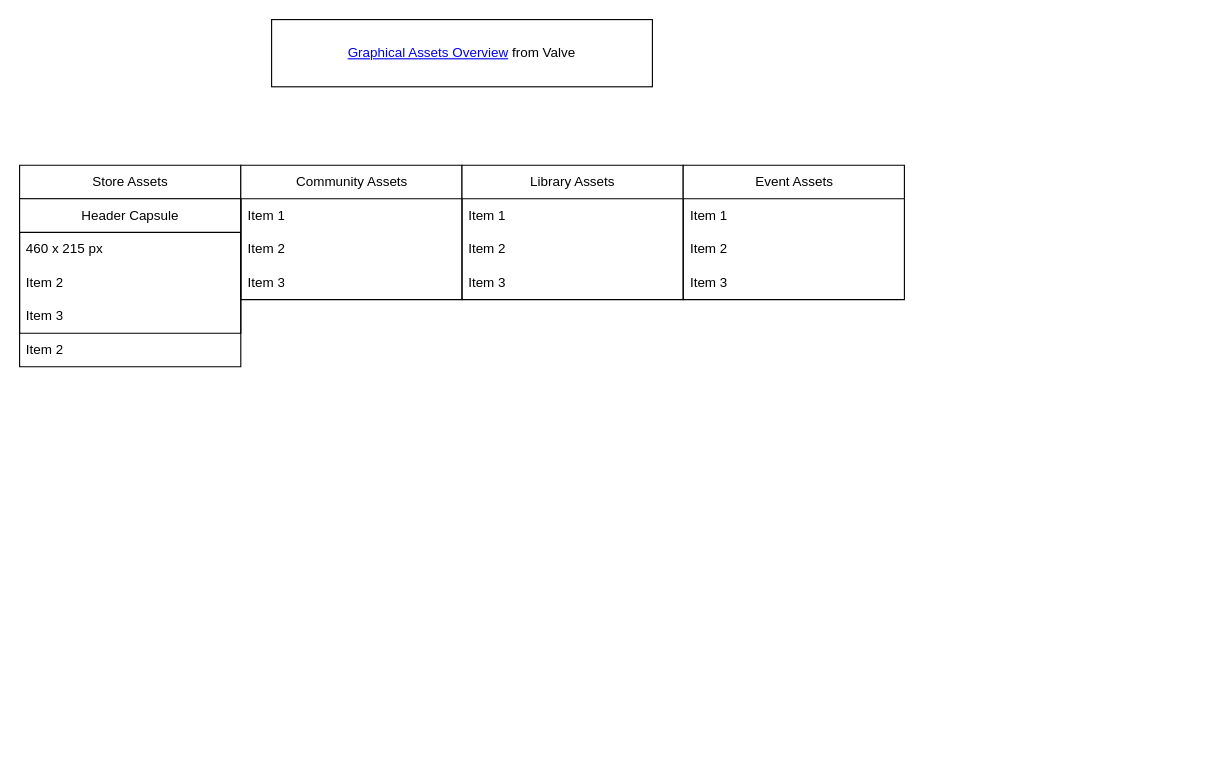
Before: page "Store Assets Checklist" (2 of 2) of Checklist for Steam Verification.drawio in TheDoorworlds/DrawIO-Charts, a draw.io diagram. Source tidied: cells renumbered, new cells numbered last; positions are measured from the earlier drawing's top-left corner, leaving out a move shared by most shapes. Both pictures are drawn from the tidied source at 112%, with x=0, y=0 at pixel (19, 19).
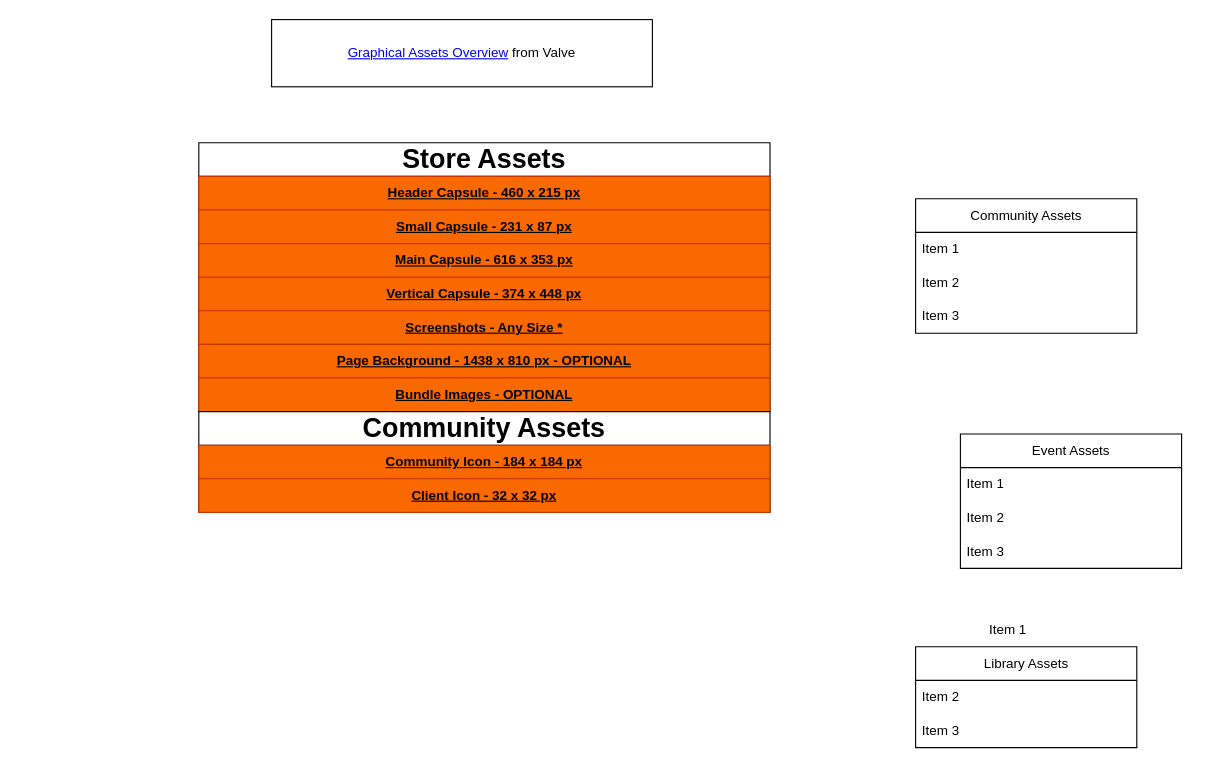
The same page after the edit.

What changed in the source:
```diff
@@
-    <mxCell id="3" value="Store Assets" style="swimlane;fontStyle=0;horizontal=1;startSize=30;whiteSpace=wrap;html=1;" parent="1" vertex="1">
-      <mxGeometry y="130" width="197.5" height="180" as="geometry" />
+    <mxCell id="3" value="&lt;b&gt;&lt;font style=&quot;font-size: 24px;&quot;&gt;Store Assets&lt;/font&gt;&lt;/b&gt;" style="swimlane;fontStyle=0;horizontal=1;startSize=30;whiteSpace=wrap;html=1;" parent="1" vertex="1">
+      <mxGeometry x="160" y="110" width="510" height="240" as="geometry" />
     </mxCell>
-    <mxCell id="4" value="Header Capsule" style="swimlane;fontStyle=0;horizontal=1;startSize=30;whiteSpace=wrap;html=1;" parent="3" vertex="1">
-      <mxGeometry y="30" width="197.5" height="120" as="geometry" />
+    <mxCell id="4" value="Header Capsule - 460 x 215 px" style="swimlane;fontStyle=5;horizontal=1;startSize=30;whiteSpace=wrap;html=1;fillColor=#fa6800;strokeColor=#C73500;fontColor=#000000;" parent="3" vertex="1" collapsed="1">
+      <mxGeometry y="30" width="510" height="30" as="geometry" />
     </mxCell>
-    <mxCell id="5" value="460 x 215 px" style="text;strokeColor=none;fillColor=none;align=left;verticalAlign=middle;spacingLeft=4;spacingRight=4;overflow=hidden;whiteSpace=wrap;html=1;" parent="4" vertex="1">
-      <mxGeometry y="30" width="197.5" height="30" as="geometry" />
-    </mxCell>
-    <mxCell id="6" value="Item 2" style="text;strokeColor=none;fillColor=none;align=left;verticalAlign=middle;spacingLeft=4;spacingRight=4;overflow=hidden;whiteSpace=wrap;html=1;" parent="4" vertex="1">
-      <mxGeometry y="60" width="197.5" height="30" as="geometry" />
-    </mxCell>
-    <mxCell id="7" value="Item 3" style="text;strokeColor=none;fillColor=none;align=left;verticalAlign=middle;spacingLeft=4;spacingRight=4;overflow=hidden;whiteSpace=wrap;html=1;" parent="4" vertex="1">
-      <mxGeometry y="90" width="197.5" height="30" as="geometry" />
-    </mxCell>
-    <mxCell id="8" value="Item 2" style="text;strokeColor=none;fillColor=none;align=left;verticalAlign=middle;spacingLeft=4;spacingRight=4;overflow=hidden;whiteSpace=wrap;html=1;" parent="3" vertex="1">
-      <mxGeometry y="150" width="197.5" height="30" as="geometry" />
-    </mxCell>
+    <mxCell id="21" value="Small Capsule - 231 x 87 px" style="swimlane;fontStyle=5;horizontal=1;startSize=30;whiteSpace=wrap;html=1;fillColor=#fa6800;strokeColor=#C73500;fontColor=#000000;" parent="3" vertex="1" collapsed="1">
+      <mxGeometry y="60" width="510" height="30" as="geometry" />
+    </mxCell>
+    <mxCell id="22" value="Main Capsule - 616 x 353 px" style="swimlane;fontStyle=5;horizontal=1;startSize=30;whiteSpace=wrap;html=1;fillColor=#fa6800;strokeColor=#C73500;fontColor=#000000;" parent="3" vertex="1" collapsed="1">
+      <mxGeometry y="90" width="510" height="30" as="geometry" />
+    </mxCell>
+    <mxCell id="23" value="Vertical Capsule - 374 x 448 px" style="swimlane;fontStyle=5;horizontal=1;startSize=30;whiteSpace=wrap;html=1;fillColor=#fa6800;strokeColor=#C73500;fontColor=#000000;" parent="3" vertex="1" collapsed="1">
+      <mxGeometry y="120" width="510" height="30" as="geometry" />
+    </mxCell>
+    <mxCell id="24" value="Screenshots - Any Size *" style="swimlane;fontStyle=5;horizontal=1;startSize=30;whiteSpace=wrap;html=1;fillColor=#fa6800;strokeColor=#C73500;fontColor=#000000;" parent="3" vertex="1" collapsed="1">
+      <mxGeometry y="150" width="510" height="30" as="geometry" />
+    </mxCell>
+    <mxCell id="25" value="Page Background - 1438 x 810 px - OPTIONAL" style="swimlane;fontStyle=5;horizontal=1;startSize=30;whiteSpace=wrap;html=1;fillColor=#fa6800;strokeColor=#C73500;fontColor=#000000;" parent="3" vertex="1" collapsed="1">
+      <mxGeometry y="180" width="510" height="30" as="geometry" />
+    </mxCell>
+    <mxCell id="26" value="Bundle Images - OPTIONAL" style="swimlane;fontStyle=5;horizontal=1;startSize=30;whiteSpace=wrap;html=1;fillColor=#fa6800;strokeColor=#C73500;fontColor=#000000;" parent="3" vertex="1" collapsed="1">
+      <mxGeometry y="210" width="510" height="30" as="geometry" />
+    </mxCell>
     <mxCell id="9" value="Community Assets" style="swimlane;fontStyle=0;horizontal=1;startSize=30;whiteSpace=wrap;html=1;" parent="1" vertex="1">
-      <mxGeometry x="197.5" y="130" width="197.5" height="120" as="geometry" />
+      <mxGeometry x="800" y="160" width="197.5" height="120" as="geometry" />
     </mxCell>
@@
     <mxCell id="13" value="Library Assets" style="swimlane;fontStyle=0;horizontal=1;startSize=30;whiteSpace=wrap;html=1;" parent="1" vertex="1">
-      <mxGeometry x="395" y="130" width="197.5" height="120" as="geometry" />
+      <mxGeometry x="800" y="560" width="197.5" height="90" as="geometry" />
     </mxCell>
-    <mxCell id="14" value="Item 1" style="text;strokeColor=none;fillColor=none;align=left;verticalAlign=middle;spacingLeft=4;spacingRight=4;overflow=hidden;whiteSpace=wrap;html=1;" parent="13" vertex="1">
-      <mxGeometry y="30" width="197.5" height="30" as="geometry" />
-    </mxCell>
     <mxCell id="15" value="Item 2" style="text;strokeColor=none;fillColor=none;align=left;verticalAlign=middle;spacingLeft=4;spacingRight=4;overflow=hidden;whiteSpace=wrap;html=1;" parent="13" vertex="1">
-      <mxGeometry y="60" width="197.5" height="30" as="geometry" />
+      <mxGeometry y="30" width="197.5" height="30" as="geometry" />
     </mxCell>
     <mxCell id="16" value="Item 3" style="text;strokeColor=none;fillColor=none;align=left;verticalAlign=middle;spacingLeft=4;spacingRight=4;overflow=hidden;whiteSpace=wrap;html=1;" parent="13" vertex="1">
-      <mxGeometry y="90" width="197.5" height="30" as="geometry" />
+      <mxGeometry y="60" width="197.5" height="30" as="geometry" />
     </mxCell>
     <mxCell id="17" value="Event Assets" style="swimlane;fontStyle=0;horizontal=1;startSize=30;whiteSpace=wrap;html=1;" parent="1" vertex="1">
-      <mxGeometry x="592.5" y="130" width="197.5" height="120" as="geometry" />
+      <mxGeometry x="840" y="370" width="197.5" height="120" as="geometry" />
     </mxCell>
@@
+    <mxCell id="27" value="&lt;b&gt;&lt;font style=&quot;font-size: 24px;&quot;&gt;Community Assets&lt;/font&gt;&lt;/b&gt;" style="swimlane;fontStyle=0;horizontal=1;startSize=30;whiteSpace=wrap;html=1;" parent="1" vertex="1">
+      <mxGeometry x="160" y="350" width="510" height="90" as="geometry" />
+    </mxCell>
+    <mxCell id="28" value="Community Icon - 184 x 184 px" style="swimlane;fontStyle=5;horizontal=1;startSize=30;whiteSpace=wrap;html=1;fillColor=#fa6800;strokeColor=#C73500;fontColor=#000000;" parent="27" vertex="1" collapsed="1">
+      <mxGeometry y="30" width="510" height="30" as="geometry" />
+    </mxCell>
+    <mxCell id="29" value="Client Icon - 32 x 32 px" style="swimlane;fontStyle=5;horizontal=1;startSize=30;whiteSpace=wrap;html=1;fillColor=#fa6800;strokeColor=#C73500;fontColor=#000000;" parent="27" vertex="1" collapsed="1">
+      <mxGeometry y="60" width="510" height="30" as="geometry" />
+    </mxCell>
+    <mxCell id="14" value="Item 1" style="text;strokeColor=none;fillColor=none;align=left;verticalAlign=middle;spacingLeft=4;spacingRight=4;overflow=hidden;whiteSpace=wrap;html=1;" parent="1" vertex="1">
+      <mxGeometry x="860" y="530" width="197.5" height="30" as="geometry" />
+    </mxCell>
```
